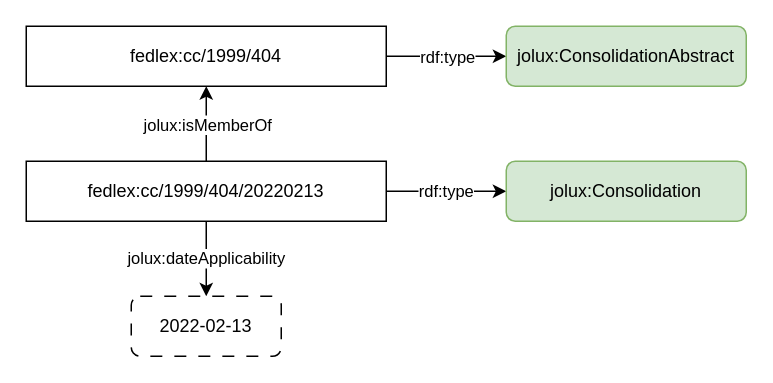
This is content/drawio/consolidation.drawio from bequrios/fedlex, a draw.io file, before an edit. Source tidied: cells renumbered, new cells numbered last; positions are measured from the earlier drawing's top-left corner, leaving out a move shared by most shapes. Both pictures are drawn from the tidied source at 150%, with x=0, y=0 at pixel (26, 26).
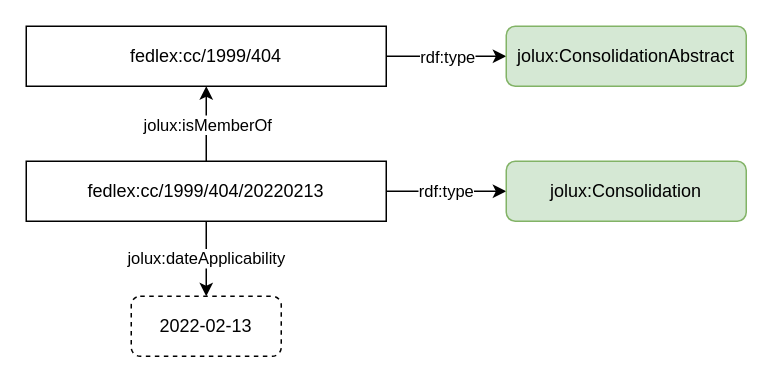
The same page after the edit.

Change to the diagram source:
```diff
@@
 <mxGraphModel>
   <root>
     <mxCell id="0" />
     <mxCell id="1" parent="0" />
     <mxCell id="2" style="edgeStyle=orthogonalEdgeStyle;html=1;exitX=1;exitY=0.5;exitDx=0;exitDy=0;entryX=0;entryY=0.5;entryDx=0;entryDy=0;" parent="1" edge="1" source="4" target="5">
       <mxGeometry relative="1" as="geometry" />
     </mxCell>
     <mxCell id="3" value="&lt;div&gt;rdf:type&lt;/div&gt;" style="edgeLabel;html=1;align=center;verticalAlign=middle;" parent="2" vertex="1">
       <mxGeometry relative="1" as="geometry" />
     </mxCell>
     <mxCell id="4" value="fedlex:cc/1999/404" style="rounded=0;whiteSpace=wrap;html=1;" parent="1" vertex="1">
       <mxGeometry width="240" height="40" as="geometry" />
     </mxCell>
     <mxCell id="5" value="jolux:ConsolidationAbstract" style="rounded=1;whiteSpace=wrap;html=1;fillColor=#d5e8d4;strokeColor=#82b366;" parent="1" vertex="1">
       <mxGeometry x="320" width="160" height="40" as="geometry" />
     </mxCell>
     <mxCell id="6" style="edgeStyle=orthogonalEdgeStyle;html=1;exitX=0.5;exitY=0;exitDx=0;exitDy=0;rounded=0;entryX=0.5;entryY=1;entryDx=0;entryDy=0;" parent="1" edge="1" source="9" target="4">
       <mxGeometry relative="1" as="geometry" />
     </mxCell>
     <mxCell id="7" value="jolux:isMemberOf" style="edgeLabel;html=1;align=center;verticalAlign=middle;" parent="6" vertex="1">
       <mxGeometry relative="1" as="geometry" />
     </mxCell>
     <mxCell id="8" value="rdf:type" style="edgeStyle=orthogonalEdgeStyle;rounded=0;html=1;exitX=1;exitY=0.5;exitDx=0;exitDy=0;entryX=0;entryY=0.5;entryDx=0;entryDy=0;" parent="1" edge="1" source="9" target="10">
       <mxGeometry relative="1" as="geometry" />
     </mxCell>
     <mxCell id="9" value="fedlex:cc/1999/404/20220213" style="rounded=0;whiteSpace=wrap;html=1;" parent="1" vertex="1">
       <mxGeometry y="90" width="240" height="40" as="geometry" />
     </mxCell>
     <mxCell id="10" value="jolux:Consolidation" style="rounded=1;whiteSpace=wrap;html=1;fillColor=#d5e8d4;strokeColor=#82b366;" parent="1" vertex="1">
       <mxGeometry x="320" y="90" width="160" height="40" as="geometry" />
     </mxCell>
     <mxCell id="11" value="jolux:dateApplicability" style="edgeStyle=orthogonalEdgeStyle;html=1;exitX=0.5;exitY=1;exitDx=0;exitDy=0;entryX=0.5;entryY=0;entryDx=0;entryDy=0;" parent="1" edge="1" source="9" target="12">
       <mxGeometry relative="1" as="geometry" />
     </mxCell>
-    <mxCell id="12" value="&lt;span style=&quot;&quot;&gt;2022-02-13&lt;br&gt; &lt;/span&gt;" style="rounded=1;whiteSpace=wrap;html=1;dashed=1;dashPattern=8 8;" parent="1" vertex="1">
+    <mxCell id="12" value="&lt;span style=&quot;&quot;&gt;2022-02-13&lt;br&gt; &lt;/span&gt;" style="rounded=1;whiteSpace=wrap;html=1;dashed=1;" parent="1" vertex="1">
       <mxGeometry x="70" y="180" width="100" height="40" as="geometry" />
     </mxCell>
   </root>
 </mxGraphModel>
```
